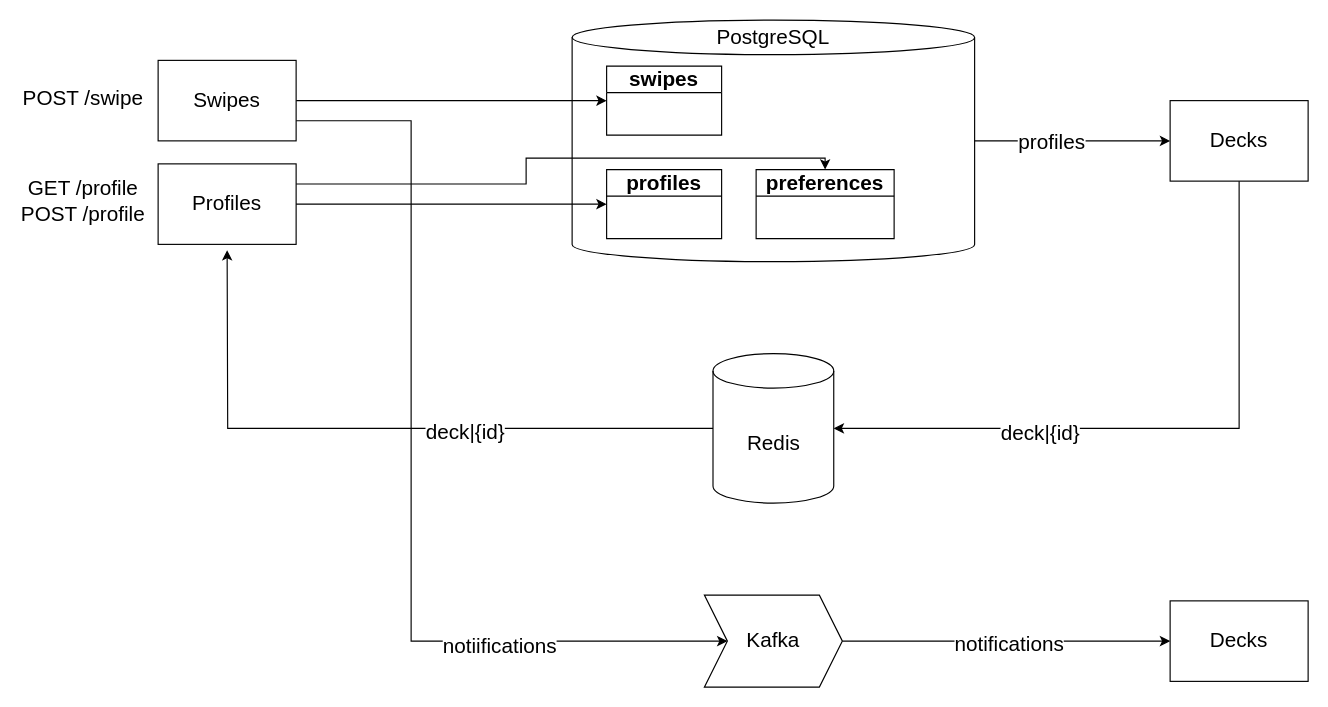
oliver416/highload keeps this draw.io diagram as docs/architecture.drawio. Above is the earlier version. Source tidied: cells renumbered, new cells numbered last; positions are measured from the earlier drawing's top-left corner, leaving out a move shared by most shapes. Both pictures are drawn from the tidied source at 115%, with x=0, y=0 at pixel (20, 20).
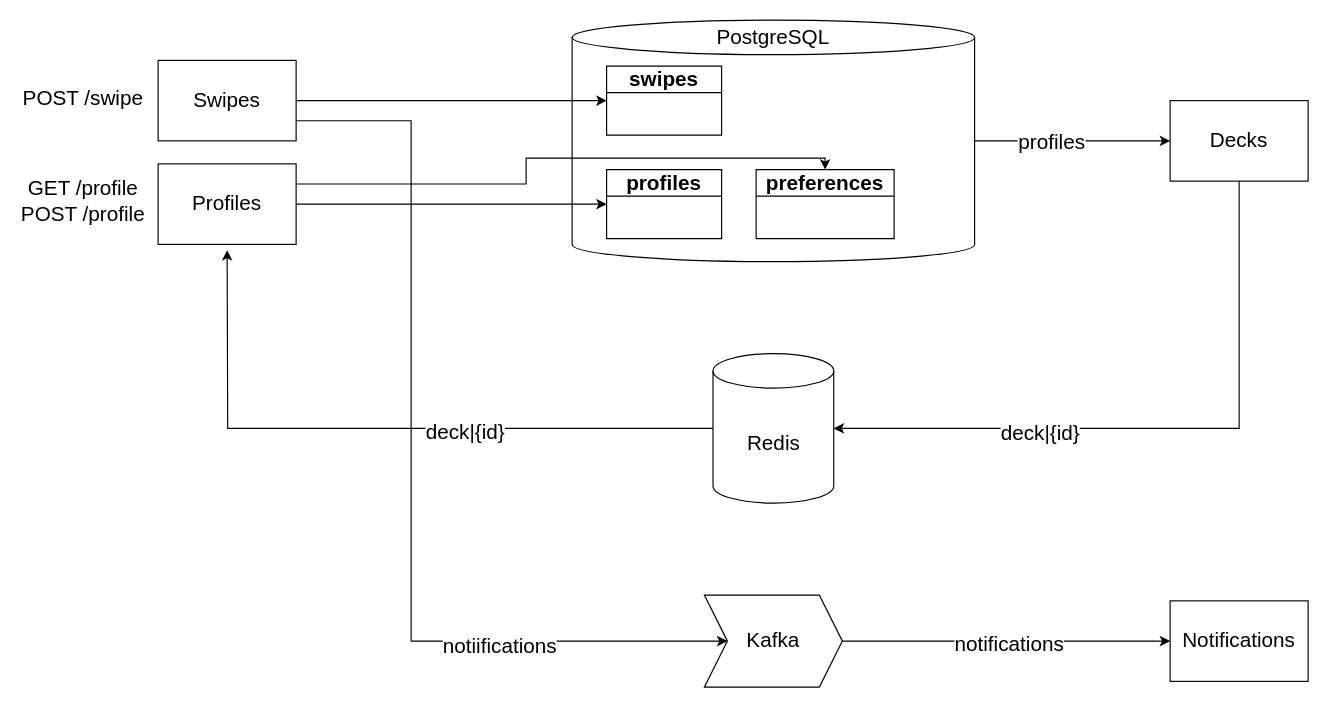
The same page after the edit.

What changed in the source:
```diff
@@
-    <mxCell id="28" value="Decks" style="rounded=0;whiteSpace=wrap;html=1;fontSize=18;" parent="1" vertex="1">
+    <mxCell id="28" value="Notifications" style="rounded=0;whiteSpace=wrap;html=1;fontSize=18;" parent="1" vertex="1">
       <mxGeometry x="1000" y="505" width="120" height="70" as="geometry" />
     </mxCell>
```
